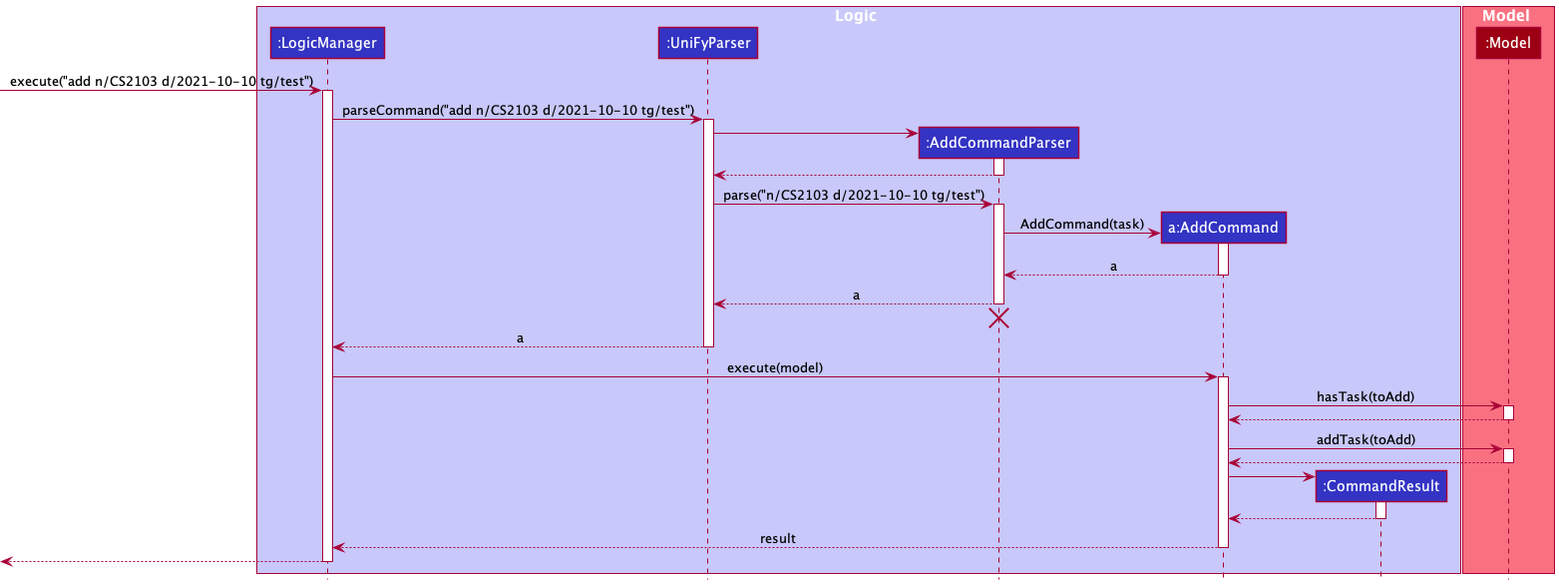
Before: docs/images/AddSequenceDiagram.png, a diagram exported from PlantUML (nus-cs2103-AY2122S1/tp).
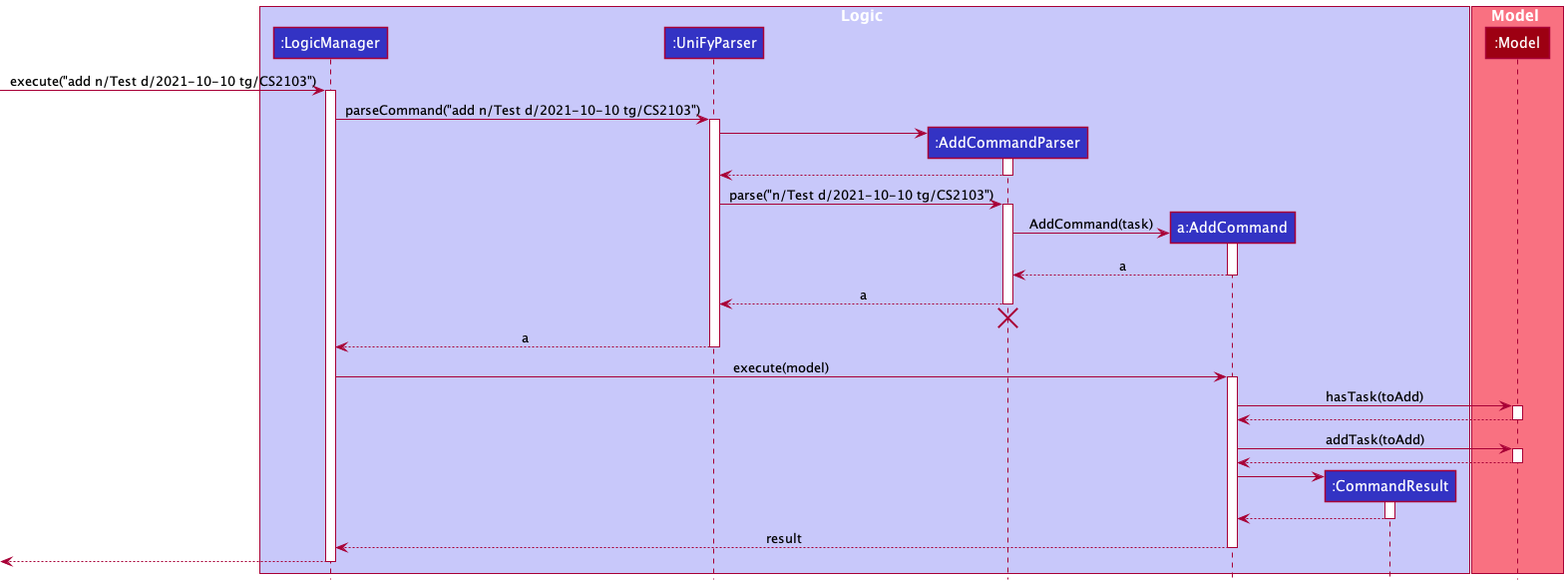
After the commit.

What changed in the source:
```diff
@@ -13,10 +13,10 @@
 participant ":Model" as Model MODEL_COLOR
 end box
 
-[-> LogicManager : execute("add n/CS2103 d/2021-10-10 tg/test")
+[-> LogicManager : execute("add n/Test d/2021-10-10 tg/CS2103")
 activate LogicManager
 
-LogicManager -> UniFyParser : parseCommand("add n/CS2103 d/2021-10-10 tg/test")
+LogicManager -> UniFyParser : parseCommand("add n/Test d/2021-10-10 tg/CS2103")
 activate UniFyParser
 
 create AddCommandParser
@@ -26,7 +26,7 @@
 AddCommandParser --> UniFyParser
 deactivate AddCommandParser
 
-UniFyParser -> AddCommandParser : parse("n/CS2103 d/2021-10-10 tg/test")
+UniFyParser -> AddCommandParser : parse("n/Test d/2021-10-10 tg/CS2103")
 activate AddCommandParser
 
 create AddCommand
```
